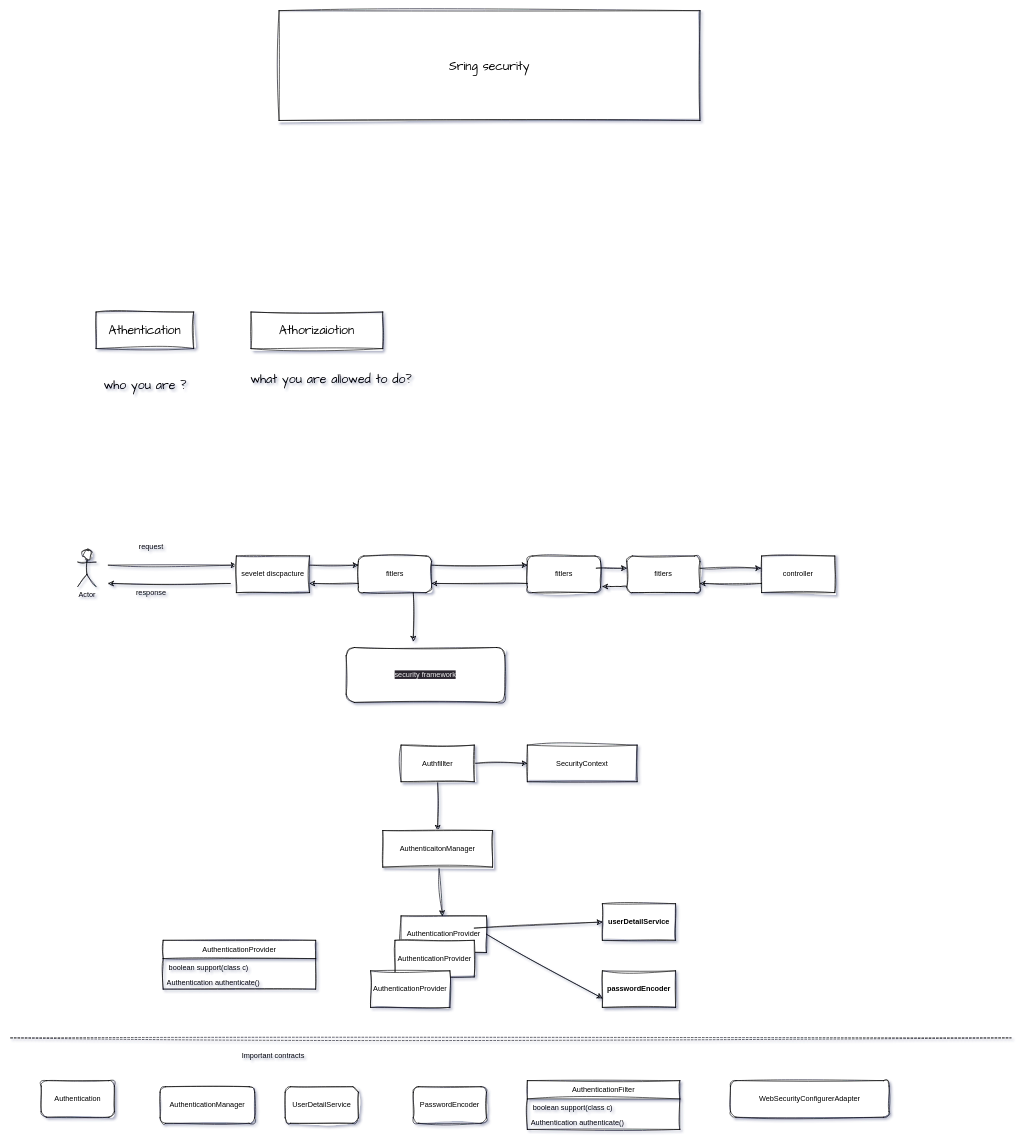
priyanhsu10/MultiAuthprovider keeps this draw.io diagram as sp_archetecture.drawio. Above is the earlier version. Source tidied: cells renumbered, new cells numbered last; positions are measured from the earlier drawing's top-left corner, leaving out a move shared by most shapes. Both pictures are drawn from the tidied source at 61%, with x=0, y=0 at pixel (10, 10).
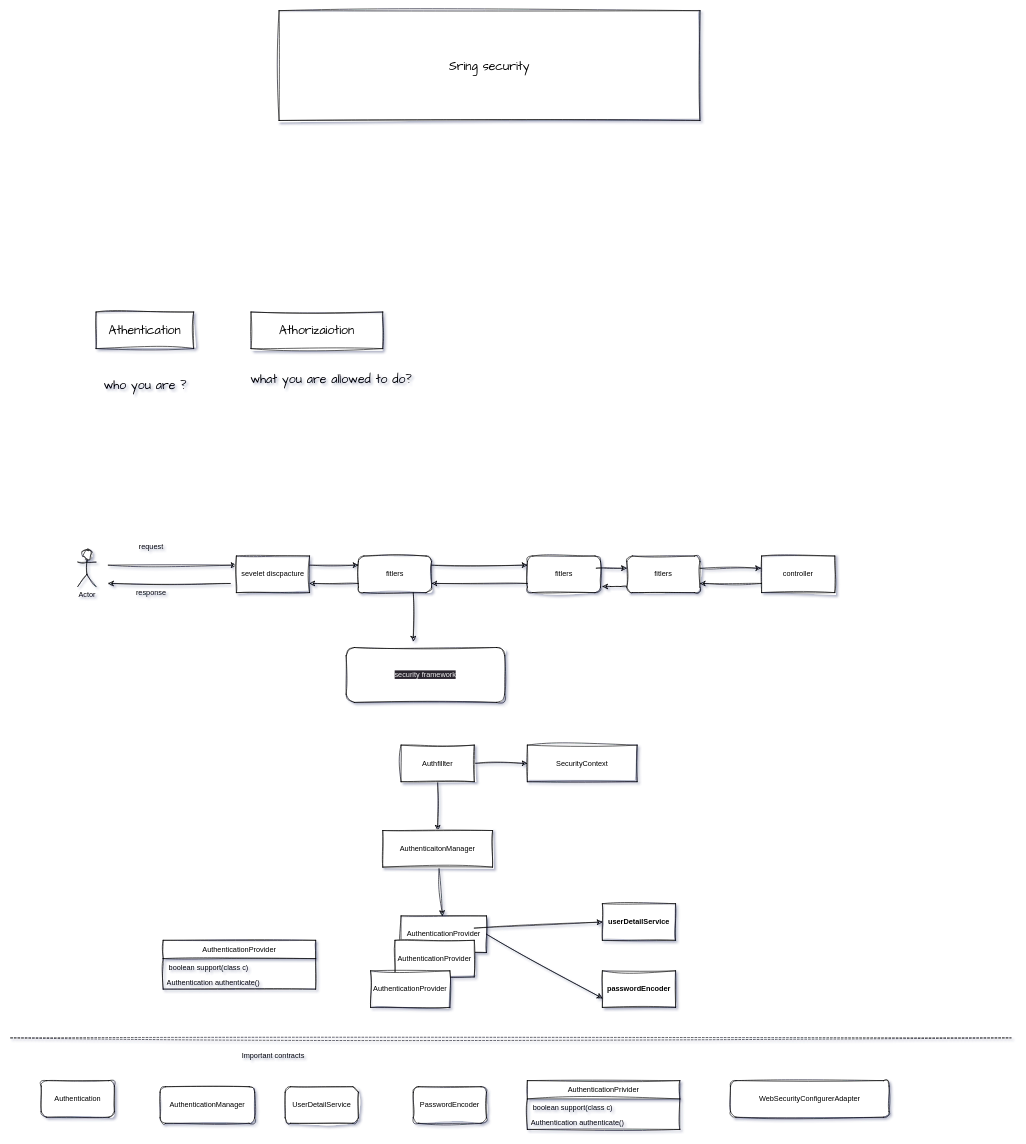
Above is the later version.

What changed in the source:
```diff
@@
-    <mxCell id="43" value="AuthenticationFilter" style="swimlane;fontStyle=0;horizontal=1;startSize=30;whiteSpace=wrap;html=1;sketch=1;curveFitting=1;jiggle=2;" parent="1" vertex="1">
+    <mxCell id="43" value="AuthenticationPrivider" style="swimlane;fontStyle=0;horizontal=1;startSize=30;whiteSpace=wrap;html=1;sketch=1;curveFitting=1;jiggle=2;" parent="1" vertex="1">
       <mxGeometry x="847" y="1754" width="250" height="80" as="geometry" />
     </mxCell>
```
